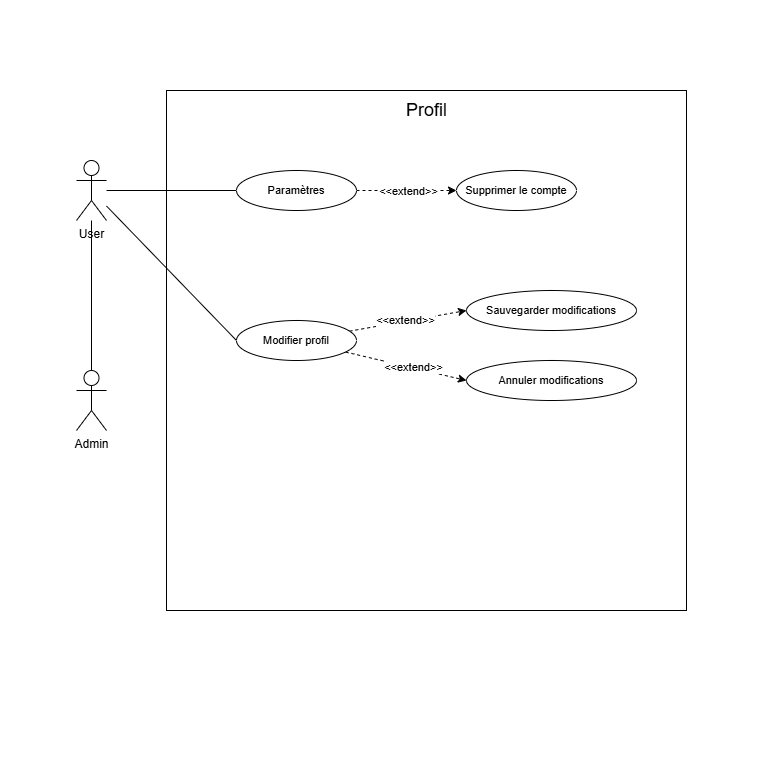
Before: Diagram use case Profil.drawio.png, a diagram exported from draw.io (Mathistrg/Styx). Source tidied: cells renumbered, new cells last; positions are measured from the earlier drawing's top-left corner, leaving out a move shared by most shapes. The source it was exported from:
```xml
<mxGraphModel>
  <root>
    <mxCell id="0" />
    <mxCell id="1" parent="0" />
    <mxCell id="2" style="whiteSpace=wrap;html=1;strokeColor=none;" parent="1" vertex="1">
      <mxGeometry width="760" height="760" as="geometry" />
    </mxCell>
    <mxCell id="3" style="whiteSpace=wrap;html=1;" parent="1" vertex="1">
      <mxGeometry x="166" y="90" width="520" height="520" as="geometry" />
    </mxCell>
    <mxCell id="4" value="&lt;font style=&quot;font-size: 18px;&quot;&gt;Profil&lt;/font&gt;" style="text;html=1;align=center;verticalAlign=middle;strokeColor=none;fillColor=none;" parent="1" vertex="1">
      <mxGeometry x="396" y="90" width="60" height="40" as="geometry" />
    </mxCell>
    <mxCell id="5" style="rounded=0;jettySize=auto;html=1;endArrow=none;endFill=0;entryX=0.5;entryY=0;entryDx=0;entryDy=0;entryPerimeter=0;" parent="1" edge="1" source="9" target="13">
      <mxGeometry relative="1" as="geometry" />
    </mxCell>
    <mxCell id="6" style="edgeStyle=none;shape=connector;rounded=0;jettySize=auto;html=1;entryX=0;entryY=0.5;entryDx=0;entryDy=0;strokeColor=default;align=center;verticalAlign=middle;fontFamily=Helvetica;fontSize=11;fontColor=default;labelBackgroundColor=default;endArrow=none;endFill=0;" parent="1" edge="1" source="9" target="12">
      <mxGeometry relative="1" as="geometry" />
    </mxCell>
    <mxCell id="7" style="rounded=0;jettySize=auto;html=1;entryX=0;entryY=0.5;entryDx=0;entryDy=0;strokeColor=none;endArrow=none;endFill=0;" parent="1" edge="1" source="9" target="18">
      <mxGeometry relative="1" as="geometry" />
    </mxCell>
    <mxCell id="8" style="edgeStyle=none;shape=connector;rounded=0;jettySize=auto;html=1;entryX=0;entryY=0.5;entryDx=0;entryDy=0;align=center;verticalAlign=middle;fontFamily=Helvetica;fontSize=11;fontColor=default;labelBackgroundColor=default;endArrow=none;endFill=0;" parent="1" edge="1" source="9" target="18">
      <mxGeometry relative="1" as="geometry" />
    </mxCell>
    <mxCell id="9" value="User" style="shape=umlActor;verticalLabelPosition=bottom;verticalAlign=top;html=1;outlineConnect=0;" parent="1" vertex="1">
      <mxGeometry x="76" y="160" width="30" height="60" as="geometry" />
    </mxCell>
    <mxCell id="10" style="edgeStyle=none;shape=connector;rounded=0;jettySize=auto;html=1;entryX=0;entryY=0.5;entryDx=0;entryDy=0;align=center;verticalAlign=middle;fontFamily=Helvetica;fontSize=11;fontColor=default;labelBackgroundColor=default;endArrow=classic;endFill=1;dashed=1;" parent="1" edge="1" source="12" target="19">
      <mxGeometry relative="1" as="geometry" />
    </mxCell>
    <mxCell id="11" value="&amp;lt;&amp;lt;extend&amp;gt;&amp;gt;" style="edgeLabel;html=1;align=center;verticalAlign=middle;fontFamily=Helvetica;fontSize=11;fontColor=default;labelBackgroundColor=default;" parent="10" vertex="1">
      <mxGeometry x="0.02" relative="1" as="geometry" />
    </mxCell>
    <mxCell id="12" value="Paramètres" style="ellipse;whiteSpace=wrap;html=1;fontFamily=Helvetica;fontSize=11;fontColor=default;labelBackgroundColor=default;" parent="1" vertex="1">
      <mxGeometry x="236" y="170" width="120" height="40" as="geometry" />
    </mxCell>
    <mxCell id="13" value="Admin" style="shape=umlActor;verticalLabelPosition=bottom;verticalAlign=top;html=1;outlineConnect=0;" parent="1" vertex="1">
      <mxGeometry x="76" y="370" width="30" height="60" as="geometry" />
    </mxCell>
    <mxCell id="14" style="edgeStyle=none;shape=connector;rounded=0;jettySize=auto;html=1;entryX=0;entryY=0.5;entryDx=0;entryDy=0;dashed=1;strokeColor=default;align=center;verticalAlign=middle;fontFamily=Helvetica;fontSize=11;fontColor=default;labelBackgroundColor=default;endArrow=classic;endFill=1;" parent="1" edge="1" source="18" target="20">
      <mxGeometry relative="1" as="geometry" />
    </mxCell>
    <mxCell id="15" value="&amp;lt;&amp;lt;extend&amp;gt;&amp;gt;" style="edgeLabel;html=1;align=center;verticalAlign=middle;fontFamily=Helvetica;fontSize=11;fontColor=default;labelBackgroundColor=default;fillColor=none;gradientColor=none;" parent="14" vertex="1">
      <mxGeometry x="-0.05" y="1" relative="1" as="geometry" />
    </mxCell>
    <mxCell id="16" style="edgeStyle=none;shape=connector;rounded=0;jettySize=auto;html=1;entryX=0;entryY=0.5;entryDx=0;entryDy=0;dashed=1;strokeColor=default;align=center;verticalAlign=middle;fontFamily=Helvetica;fontSize=11;fontColor=default;labelBackgroundColor=default;endArrow=classic;endFill=1;" parent="1" edge="1" source="18" target="21">
      <mxGeometry relative="1" as="geometry" />
    </mxCell>
    <mxCell id="17" value="&amp;lt;&amp;lt;extend&amp;gt;&amp;gt;" style="edgeLabel;html=1;align=center;verticalAlign=middle;fontFamily=Helvetica;fontSize=11;fontColor=default;labelBackgroundColor=default;fillColor=none;gradientColor=none;" parent="16" vertex="1">
      <mxGeometry x="0.1" relative="1" as="geometry">
        <mxPoint y="-1" as="offset" />
      </mxGeometry>
    </mxCell>
    <mxCell id="18" value="Modifier profil" style="ellipse;whiteSpace=wrap;html=1;fontFamily=Helvetica;fontSize=11;fontColor=default;labelBackgroundColor=default;" parent="1" vertex="1">
      <mxGeometry x="236" y="320" width="120" height="40" as="geometry" />
    </mxCell>
    <mxCell id="19" value="Supprimer le compte" style="ellipse;whiteSpace=wrap;html=1;fontFamily=Helvetica;fontSize=11;fontColor=default;labelBackgroundColor=default;" parent="1" vertex="1">
      <mxGeometry x="456" y="170" width="120" height="40" as="geometry" />
    </mxCell>
    <mxCell id="20" value="Sauvegarder modifications" style="ellipse;whiteSpace=wrap;html=1;fontFamily=Helvetica;fontSize=11;fontColor=default;labelBackgroundColor=default;" parent="1" vertex="1">
      <mxGeometry x="466" y="290" width="170" height="40" as="geometry" />
    </mxCell>
    <mxCell id="21" value="Annuler modifications" style="ellipse;whiteSpace=wrap;html=1;fontFamily=Helvetica;fontSize=11;fontColor=default;labelBackgroundColor=default;" parent="1" vertex="1">
      <mxGeometry x="466" y="360" width="170" height="40" as="geometry" />
    </mxCell>
  </root>
</mxGraphModel>
```
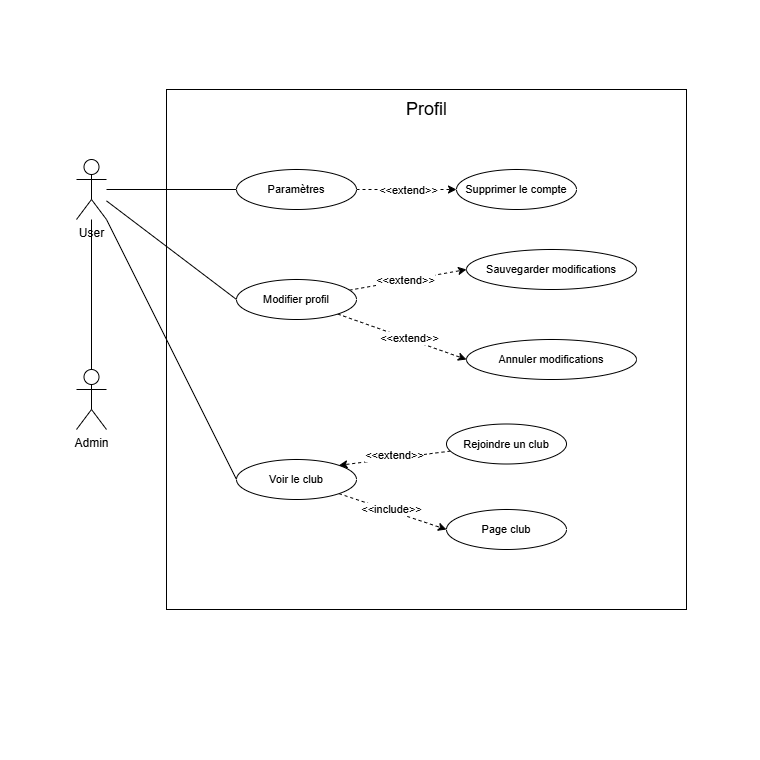
After the commit.

Commit message:
Mettre à jour Diagram use case Profil.drawio.png

Change to the diagram source:
```diff
@@ -23,6 +23,9 @@
     <mxCell id="8" style="edgeStyle=none;shape=connector;rounded=0;jettySize=auto;html=1;entryX=0;entryY=0.5;entryDx=0;entryDy=0;align=center;verticalAlign=middle;fontFamily=Helvetica;fontSize=11;fontColor=default;labelBackgroundColor=default;endArrow=none;endFill=0;" parent="1" edge="1" source="9" target="18">
       <mxGeometry relative="1" as="geometry" />
     </mxCell>
+    <mxCell id="22" style="edgeStyle=none;shape=connector;rounded=0;jettySize=auto;html=1;entryX=0;entryY=0.5;entryDx=0;entryDy=0;strokeColor=default;align=center;verticalAlign=middle;fontFamily=Helvetica;fontSize=11;fontColor=default;labelBackgroundColor=default;endArrow=none;endFill=0;" parent="1" edge="1" source="9" target="25">
+      <mxGeometry relative="1" as="geometry" />
+    </mxCell>
     <mxCell id="9" value="User" style="shape=umlActor;verticalLabelPosition=bottom;verticalAlign=top;html=1;outlineConnect=0;" parent="1" vertex="1">
       <mxGeometry x="76" y="160" width="30" height="60" as="geometry" />
     </mxCell>
@@ -53,16 +56,40 @@
       </mxGeometry>
     </mxCell>
     <mxCell id="18" value="Modifier profil" style="ellipse;whiteSpace=wrap;html=1;fontFamily=Helvetica;fontSize=11;fontColor=default;labelBackgroundColor=default;" parent="1" vertex="1">
-      <mxGeometry x="236" y="320" width="120" height="40" as="geometry" />
+      <mxGeometry x="236" y="280" width="120" height="40" as="geometry" />
     </mxCell>
     <mxCell id="19" value="Supprimer le compte" style="ellipse;whiteSpace=wrap;html=1;fontFamily=Helvetica;fontSize=11;fontColor=default;labelBackgroundColor=default;" parent="1" vertex="1">
       <mxGeometry x="456" y="170" width="120" height="40" as="geometry" />
     </mxCell>
     <mxCell id="20" value="Sauvegarder modifications" style="ellipse;whiteSpace=wrap;html=1;fontFamily=Helvetica;fontSize=11;fontColor=default;labelBackgroundColor=default;" parent="1" vertex="1">
-      <mxGeometry x="466" y="290" width="170" height="40" as="geometry" />
+      <mxGeometry x="466" y="250" width="170" height="40" as="geometry" />
     </mxCell>
     <mxCell id="21" value="Annuler modifications" style="ellipse;whiteSpace=wrap;html=1;fontFamily=Helvetica;fontSize=11;fontColor=default;labelBackgroundColor=default;" parent="1" vertex="1">
-      <mxGeometry x="466" y="360" width="170" height="40" as="geometry" />
+      <mxGeometry x="466" y="340" width="170" height="40" as="geometry" />
     </mxCell>
+    <mxCell id="23" style="edgeStyle=none;shape=connector;rounded=0;jettySize=auto;html=1;entryX=0;entryY=0.5;entryDx=0;entryDy=0;dashed=1;strokeColor=default;align=center;verticalAlign=middle;fontFamily=Helvetica;fontSize=11;fontColor=default;labelBackgroundColor=default;endArrow=classic;endFill=1;" parent="1" edge="1" source="25" target="29">
+      <mxGeometry relative="1" as="geometry" />
+    </mxCell>
+    <mxCell id="24" value="&amp;lt;&amp;lt;include&amp;gt;&amp;gt;" style="edgeLabel;html=1;align=center;verticalAlign=middle;fontFamily=Helvetica;fontSize=11;fontColor=default;labelBackgroundColor=default;fillColor=none;gradientColor=none;" parent="23" vertex="1">
+      <mxGeometry x="-0.06" y="2" relative="1" as="geometry" />
+    </mxCell>
+    <mxCell id="25" value="Voir le club" style="ellipse;whiteSpace=wrap;html=1;fontFamily=Helvetica;fontSize=11;fontColor=default;labelBackgroundColor=default;" parent="1" vertex="1">
+      <mxGeometry x="236" y="460" width="120" height="40" as="geometry" />
+    </mxCell>
+    <mxCell id="26" style="edgeStyle=none;shape=connector;rounded=0;jettySize=auto;html=1;entryX=1;entryY=0;entryDx=0;entryDy=0;dashed=1;strokeColor=default;align=center;verticalAlign=middle;fontFamily=Helvetica;fontSize=11;fontColor=default;labelBackgroundColor=default;endArrow=classic;endFill=1;" parent="1" edge="1" source="28" target="25">
+      <mxGeometry relative="1" as="geometry" />
+    </mxCell>
+    <mxCell id="27" value="&amp;lt;&amp;lt;extend&amp;gt;&amp;gt;" style="edgeLabel;html=1;align=center;verticalAlign=middle;fontFamily=Helvetica;fontSize=11;fontColor=default;labelBackgroundColor=default;fillColor=none;gradientColor=none;" parent="26" vertex="1">
+      <mxGeometry x="-0.01" y="-3" relative="1" as="geometry" />
+    </mxCell>
+    <mxCell id="28" value="Rejoindre un club" style="ellipse;whiteSpace=wrap;html=1;fontFamily=Helvetica;fontSize=11;fontColor=default;labelBackgroundColor=default;" parent="1" vertex="1">
+      <mxGeometry x="446" y="424.5" width="120" height="40" as="geometry" />
+    </mxCell>
+    <mxCell id="29" value="Page club" style="ellipse;whiteSpace=wrap;html=1;fontFamily=Helvetica;fontSize=11;fontColor=default;labelBackgroundColor=default;" parent="1" vertex="1">
+      <mxGeometry x="446" y="510" width="120" height="40" as="geometry" />
+    </mxCell>
+    <mxCell id="30" style="edgeStyle=none;shape=connector;rounded=0;orthogonalLoop=1;jettySize=auto;html=1;exitX=0.5;exitY=0;exitDx=0;exitDy=0;dashed=1;strokeColor=default;align=center;verticalAlign=middle;fontFamily=Helvetica;fontSize=11;fontColor=default;labelBackgroundColor=default;endArrow=classic;endFill=1;" parent="1" edge="1" source="28" target="28">
+      <mxGeometry relative="1" as="geometry" />
+    </mxCell>
   </root>
 </mxGraphModel>
```
